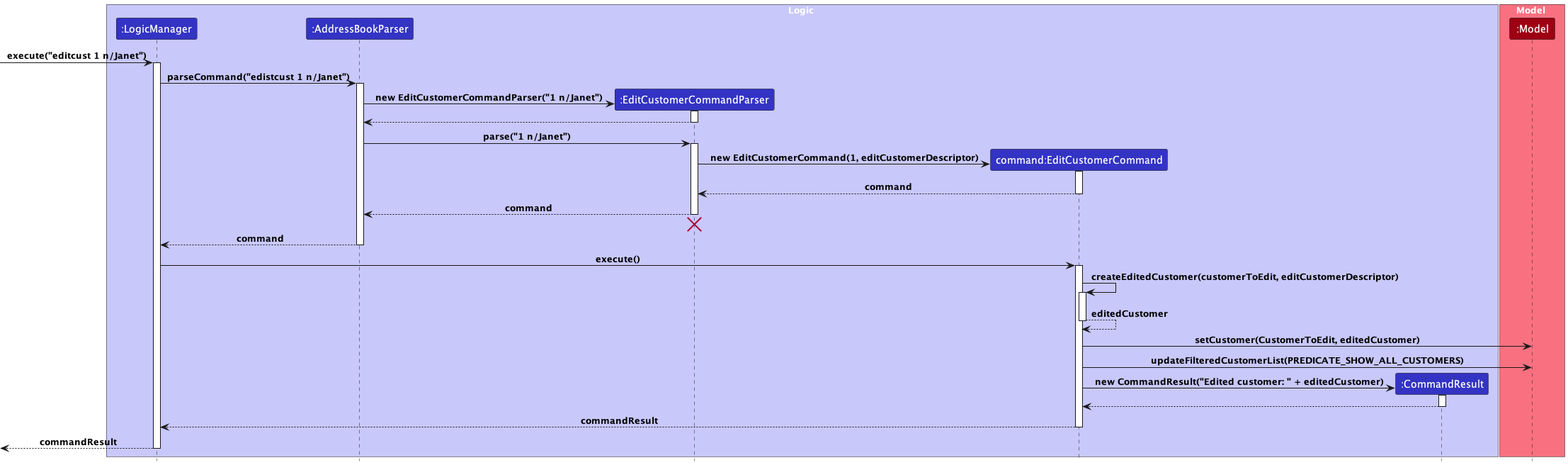
The PlantUML diagram docs/images/EditCustomerSequenceDiagram.png in saraozn/tp, before a commit. Source of this version:
```plantuml
@startuml
!include style.puml

box Logic LOGIC_COLOR_T1
participant ":LogicManager" as LogicManager LOGIC_COLOR
participant ":AddressBookParser" as AddressBookParser LOGIC_COLOR
participant ":EditCustomerCommandParser" as EditCustomerCommandParser LOGIC_COLOR
participant "command:EditCustomerCommand" as EditCustomerCommand LOGIC_COLOR
participant ":CommandResult" as CommandResult LOGIC_COLOR
end box

box Model MODEL_COLOR_T1
participant ":Model" as Model MODEL_COLOR
end box

[-> LogicManager : execute("editcust 1 n/Janet")
activate LogicManager

LogicManager -> AddressBookParser : parseCommand("edistcust 1 n/Janet")
activate AddressBookParser

create EditCustomerCommandParser
AddressBookParser -> EditCustomerCommandParser : new EditCustomerCommandParser("1 n/Janet")
activate EditCustomerCommandParser

EditCustomerCommandParser --> AddressBookParser
deactivate EditCustomerCommandParser

AddressBookParser -> EditCustomerCommandParser : parse("1 n/Janet")
activate EditCustomerCommandParser

create EditCustomerCommand
EditCustomerCommandParser -> EditCustomerCommand : new EditCustomerCommand(1, editCustomerDescriptor)
activate EditCustomerCommand

EditCustomerCommand --> EditCustomerCommandParser : command
deactivate EditCustomerCommand

EditCustomerCommandParser --> AddressBookParser : command
deactivate EditCustomerCommandParser
EditCustomerCommandParser -[hidden]-> AddressBookParser
destroy EditCustomerCommandParser

AddressBookParser --> LogicManager : command
deactivate AddressBookParser

LogicManager -> EditCustomerCommand : execute()
activate EditCustomerCommand

EditCustomerCommand -> EditCustomerCommand : createEditedCustomer(customerToEdit, editCustomerDescriptor)
activate EditCustomerCommand
EditCustomerCommand --> EditCustomerCommand : editedCustomer
deactivate EditCustomerCommand

EditCustomerCommand -> Model : setCustomer(CustomerToEdit, editedCustomer)

EditCustomerCommand -> Model : updateFilteredCustomerList(PREDICATE_SHOW_ALL_CUSTOMERS)

create CommandResult
EditCustomerCommand -> CommandResult : new CommandResult("Edited customer: " + editedCustomer)
activate CommandResult

CommandResult --> EditCustomerCommand
deactivate CommandResult

EditCustomerCommand --> LogicManager : commandResult
deactivate EditCustomerCommand

[<--LogicManager : commandResult
deactivate LogicManager
@enduml
```
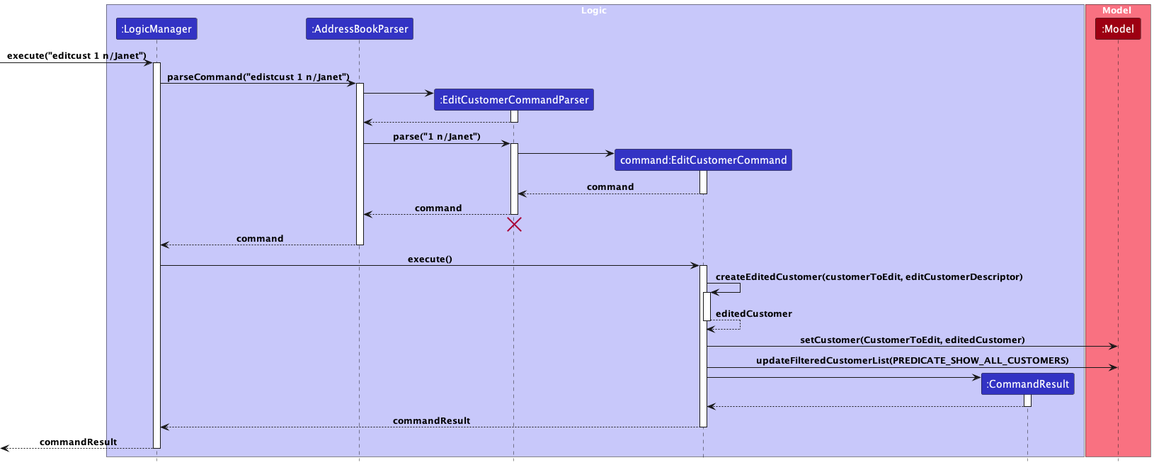
Later version of the same file.

Change to the diagram source:
```diff
@@ -20,7 +20,7 @@
 activate AddressBookParser
 
 create EditCustomerCommandParser
-AddressBookParser -> EditCustomerCommandParser : new EditCustomerCommandParser("1 n/Janet")
+AddressBookParser -> EditCustomerCommandParser :
 activate EditCustomerCommandParser
 
 EditCustomerCommandParser --> AddressBookParser
@@ -30,7 +30,7 @@
 activate EditCustomerCommandParser
 
 create EditCustomerCommand
-EditCustomerCommandParser -> EditCustomerCommand : new EditCustomerCommand(1, editCustomerDescriptor)
+EditCustomerCommandParser -> EditCustomerCommand :
 activate EditCustomerCommand
 
 EditCustomerCommand --> EditCustomerCommandParser : command
@@ -57,7 +57,7 @@
 EditCustomerCommand -> Model : updateFilteredCustomerList(PREDICATE_SHOW_ALL_CUSTOMERS)
 
 create CommandResult
-EditCustomerCommand -> CommandResult : new CommandResult("Edited customer: " + editedCustomer)
+EditCustomerCommand -> CommandResult :
 activate CommandResult
 
 CommandResult --> EditCustomerCommand
```
